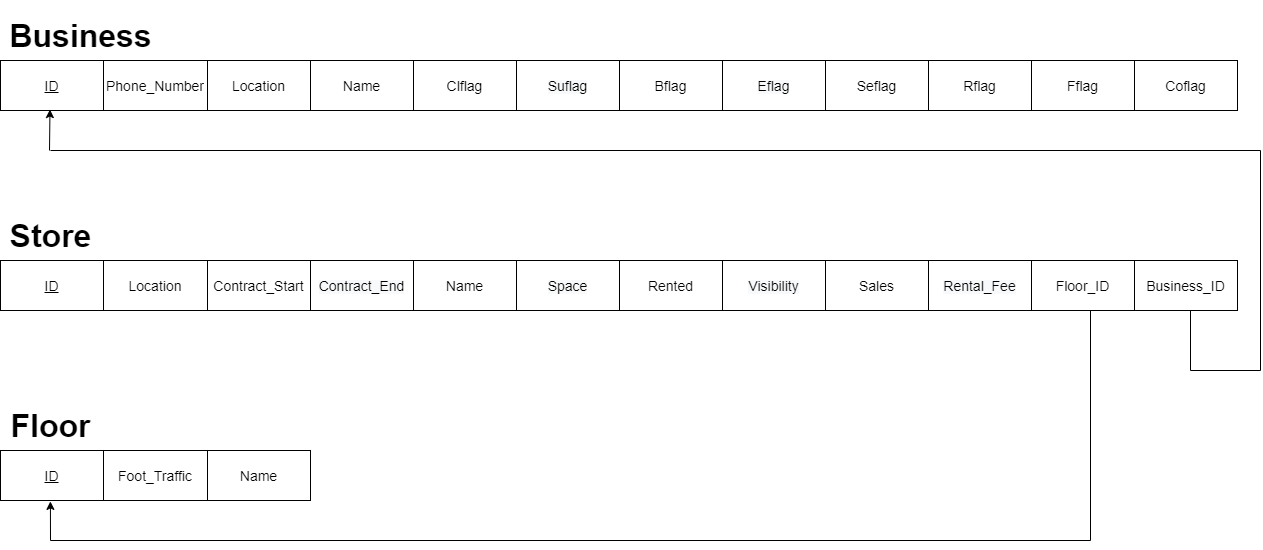
The draw.io diagram Relational_Mapping.png in Hiexy/DB_Project, before a commit. Source tidied: cells renumbered, new cells last; positions are measured from the earlier drawing's top-left corner, leaving out a move shared by most shapes. Source of this version:
```xml
<mxGraphModel>
  <root>
    <mxCell id="0" />
    <mxCell id="1" parent="0" />
    <mxCell id="2" style="shape=table;html=1;whiteSpace=wrap;startSize=0;" parent="1" vertex="1">
      <mxGeometry y="250" width="1237" height="50" as="geometry" />
    </mxCell>
    <mxCell id="3" style="shape=partialRectangle;html=1;whiteSpace=wrap;fillColor=none;top=0;left=0;bottom=0;right=0;" parent="2" vertex="1">
      <mxGeometry width="1237" height="50" as="geometry" />
    </mxCell>
    <mxCell id="4" value="&lt;span&gt;&lt;font style=&quot;font-size: 14px&quot;&gt;&lt;u&gt;ID&lt;/u&gt;&lt;/font&gt;&lt;/span&gt;" style="shape=partialRectangle;html=1;whiteSpace=wrap;fillColor=none;top=0;left=0;bottom=0;right=0;overflow=hidden;" parent="3" vertex="1">
      <mxGeometry width="103" height="50" as="geometry" />
    </mxCell>
    <mxCell id="5" value="&lt;span&gt;&lt;font style=&quot;font-size: 14px&quot;&gt;Location&lt;/font&gt;&lt;/span&gt;" style="shape=partialRectangle;html=1;whiteSpace=wrap;fillColor=none;top=0;left=0;bottom=0;right=0;overflow=hidden;" parent="3" vertex="1">
      <mxGeometry x="103" width="104" height="50" as="geometry" />
    </mxCell>
    <mxCell id="6" value="&lt;span&gt;&lt;font style=&quot;font-size: 14px&quot;&gt;Contract_Start&lt;/font&gt;&lt;/span&gt;" style="shape=partialRectangle;html=1;whiteSpace=wrap;fillColor=none;top=0;left=0;bottom=0;right=0;overflow=hidden;" parent="3" vertex="1">
      <mxGeometry x="207" width="103" height="50" as="geometry" />
    </mxCell>
    <mxCell id="7" value="&lt;span style=&quot;color: rgb(0 , 0 , 0) ; font-family: &amp;#34;helvetica&amp;#34; ; font-style: normal ; font-weight: 400 ; letter-spacing: normal ; text-align: center ; text-indent: 0px ; text-transform: none ; word-spacing: 0px ; background-color: rgb(248 , 249 , 250) ; display: inline ; float: none&quot;&gt;&lt;font style=&quot;font-size: 14px&quot;&gt;Contract_End&lt;/font&gt;&lt;/span&gt;" style="shape=partialRectangle;html=1;whiteSpace=wrap;fillColor=none;top=0;left=0;bottom=0;right=0;overflow=hidden;" parent="3" vertex="1">
      <mxGeometry x="310" width="103" height="50" as="geometry" />
    </mxCell>
    <mxCell id="8" value="&lt;span&gt;&lt;font style=&quot;font-size: 14px&quot;&gt;Name&lt;/font&gt;&lt;/span&gt;" style="shape=partialRectangle;html=1;whiteSpace=wrap;fillColor=none;top=0;left=0;bottom=0;right=0;overflow=hidden;" parent="3" vertex="1">
      <mxGeometry x="413" width="103" height="50" as="geometry" />
    </mxCell>
    <mxCell id="9" value="&lt;span style=&quot;color: rgb(0 , 0 , 0) ; font-family: &amp;#34;helvetica&amp;#34; ; font-style: normal ; font-weight: 400 ; letter-spacing: normal ; text-align: center ; text-indent: 0px ; text-transform: none ; word-spacing: 0px ; background-color: rgb(248 , 249 , 250) ; display: inline ; float: none&quot;&gt;&lt;font style=&quot;font-size: 14px&quot;&gt;Space&lt;/font&gt;&lt;/span&gt;" style="shape=partialRectangle;html=1;whiteSpace=wrap;fillColor=none;top=0;left=0;bottom=0;right=0;overflow=hidden;" parent="3" vertex="1">
      <mxGeometry x="516" width="103" height="50" as="geometry" />
    </mxCell>
    <mxCell id="10" value="&lt;font style=&quot;font-size: 14px&quot;&gt;Rented&lt;/font&gt;" style="shape=partialRectangle;html=1;whiteSpace=wrap;fillColor=none;top=0;left=0;bottom=0;right=0;overflow=hidden;" parent="3" vertex="1">
      <mxGeometry x="619" width="103" height="50" as="geometry" />
    </mxCell>
    <mxCell id="11" value="&lt;span style=&quot;color: rgb(0 , 0 , 0) ; font-family: &amp;#34;helvetica&amp;#34; ; font-style: normal ; font-weight: 400 ; letter-spacing: normal ; text-align: center ; text-indent: 0px ; text-transform: none ; word-spacing: 0px ; background-color: rgb(248 , 249 , 250) ; display: inline ; float: none&quot;&gt;&lt;font style=&quot;font-size: 14px&quot;&gt;Visibility&lt;/font&gt;&lt;/span&gt;" style="shape=partialRectangle;html=1;whiteSpace=wrap;fillColor=none;top=0;left=0;bottom=0;right=0;overflow=hidden;" parent="3" vertex="1">
      <mxGeometry x="722" width="103" height="50" as="geometry" />
    </mxCell>
    <mxCell id="12" value="&lt;font style=&quot;font-size: 14px&quot;&gt;Sales&lt;/font&gt;" style="shape=partialRectangle;html=1;whiteSpace=wrap;fillColor=none;top=0;left=0;bottom=0;right=0;overflow=hidden;" parent="3" vertex="1">
      <mxGeometry x="825" width="103" height="50" as="geometry" />
    </mxCell>
    <mxCell id="13" value="&lt;span style=&quot;color: rgb(0 , 0 , 0) ; font-style: normal ; font-weight: 400 ; letter-spacing: normal ; text-align: center ; text-indent: 0px ; text-transform: none ; word-spacing: 0px ; font-family: &amp;#34;helvetica&amp;#34; ; background-color: rgb(248 , 249 , 250) ; display: inline ; float: none&quot;&gt;&lt;font style=&quot;font-size: 14px&quot;&gt;Rental_Fee&lt;/font&gt;&lt;/span&gt;" style="shape=partialRectangle;html=1;whiteSpace=wrap;fillColor=none;top=0;left=0;bottom=0;right=0;overflow=hidden;" parent="3" vertex="1">
      <mxGeometry x="928" width="103" height="50" as="geometry" />
    </mxCell>
    <mxCell id="14" value="&lt;span style=&quot;font-size: 14px&quot;&gt;Floor_ID&lt;/span&gt;" style="shape=partialRectangle;html=1;whiteSpace=wrap;fillColor=none;top=0;left=0;bottom=0;right=0;overflow=hidden;" parent="3" vertex="1">
      <mxGeometry x="1031" width="103" height="50" as="geometry" />
    </mxCell>
    <mxCell id="15" value="&lt;font style=&quot;font-size: 14px&quot;&gt;Business_ID&lt;/font&gt;" style="shape=partialRectangle;html=1;whiteSpace=wrap;fillColor=none;top=0;left=0;bottom=0;right=0;overflow=hidden;" parent="3" vertex="1">
      <mxGeometry x="1134" width="103" height="50" as="geometry" />
    </mxCell>
    <mxCell id="16" value="&lt;h1&gt;&lt;font style=&quot;font-size: 32px&quot;&gt;Store&lt;/font&gt;&lt;/h1&gt;" style="text;html=1;align=center;verticalAlign=middle;" parent="1" vertex="1">
      <mxGeometry y="200" width="100" height="50" as="geometry" />
    </mxCell>
    <mxCell id="17" value="&lt;h1&gt;&lt;font style=&quot;font-size: 32px&quot;&gt;Business&lt;/font&gt;&lt;/h1&gt;" style="text;html=1;align=center;verticalAlign=middle;" parent="1" vertex="1">
      <mxGeometry width="160" height="50" as="geometry" />
    </mxCell>
    <mxCell id="18" style="shape=table;html=1;whiteSpace=wrap;startSize=0;" parent="1" vertex="1">
      <mxGeometry y="440" width="310" height="50" as="geometry" />
    </mxCell>
    <mxCell id="19" style="shape=partialRectangle;html=1;whiteSpace=wrap;fillColor=none;top=0;left=0;bottom=0;right=0;points=[[0,0.5],[1,0.5]];portConstraint=eastwest;" parent="18" vertex="1">
      <mxGeometry width="310" height="50" as="geometry" />
    </mxCell>
    <mxCell id="20" value="&lt;span&gt;&lt;font style=&quot;font-size: 14px&quot;&gt;&lt;u&gt;ID&lt;/u&gt;&lt;/font&gt;&lt;/span&gt;" style="shape=partialRectangle;html=1;whiteSpace=wrap;fillColor=none;top=0;left=0;bottom=0;right=0;overflow=hidden;" parent="19" vertex="1">
      <mxGeometry width="103" height="50" as="geometry" />
    </mxCell>
    <mxCell id="21" value="&lt;font style=&quot;font-size: 14px&quot;&gt;Foot_Traffic&lt;/font&gt;" style="shape=partialRectangle;html=1;whiteSpace=wrap;fillColor=none;top=0;left=0;bottom=0;right=0;overflow=hidden;" parent="19" vertex="1">
      <mxGeometry x="103" width="104" height="50" as="geometry" />
    </mxCell>
    <mxCell id="22" value="&lt;font style=&quot;font-size: 14px&quot;&gt;Name&lt;/font&gt;" style="shape=partialRectangle;html=1;whiteSpace=wrap;fillColor=none;top=0;left=0;bottom=0;right=0;overflow=hidden;" parent="19" vertex="1">
      <mxGeometry x="207" width="103" height="50" as="geometry" />
    </mxCell>
    <mxCell id="23" value="&lt;h1&gt;&lt;font style=&quot;font-size: 32px&quot;&gt;Floor&lt;/font&gt;&lt;/h1&gt;" style="text;html=1;align=center;verticalAlign=middle;" parent="1" vertex="1">
      <mxGeometry y="390" width="100" height="50" as="geometry" />
    </mxCell>
    <mxCell id="24" style="shape=table;html=1;whiteSpace=wrap;startSize=0;" parent="1" vertex="1">
      <mxGeometry y="50" width="1237" height="50" as="geometry" />
    </mxCell>
    <mxCell id="25" style="shape=partialRectangle;html=1;whiteSpace=wrap;fillColor=none;top=0;left=0;bottom=0;right=0;points=[[0,0.5],[1,0.5]];portConstraint=eastwest;" parent="24" vertex="1">
      <mxGeometry width="1237" height="50" as="geometry" />
    </mxCell>
    <mxCell id="26" value="&lt;span&gt;&lt;font style=&quot;font-size: 14px&quot;&gt;&lt;u&gt;ID&lt;/u&gt;&lt;/font&gt;&lt;/span&gt;" style="shape=partialRectangle;html=1;whiteSpace=wrap;fillColor=none;top=0;left=0;bottom=0;right=0;overflow=hidden;" parent="25" vertex="1">
      <mxGeometry width="103" height="50" as="geometry" />
    </mxCell>
    <mxCell id="27" value="&lt;font style=&quot;font-size: 14px&quot;&gt;Phone_Number&lt;/font&gt;" style="shape=partialRectangle;html=1;whiteSpace=wrap;fillColor=none;top=0;left=0;bottom=0;right=0;overflow=hidden;" parent="25" vertex="1">
      <mxGeometry x="103" width="104" height="50" as="geometry" />
    </mxCell>
    <mxCell id="28" value="&lt;font style=&quot;font-size: 14px&quot;&gt;Location&lt;/font&gt;" style="shape=partialRectangle;html=1;whiteSpace=wrap;fillColor=none;top=0;left=0;bottom=0;right=0;overflow=hidden;" parent="25" vertex="1">
      <mxGeometry x="207" width="103" height="50" as="geometry" />
    </mxCell>
    <mxCell id="29" value="&lt;font style=&quot;font-size: 14px&quot;&gt;Name&lt;/font&gt;" style="shape=partialRectangle;html=1;whiteSpace=wrap;fillColor=none;top=0;left=0;bottom=0;right=0;overflow=hidden;" parent="25" vertex="1">
      <mxGeometry x="310" width="103" height="50" as="geometry" />
    </mxCell>
    <mxCell id="30" value="&lt;span&gt;&lt;font style=&quot;font-size: 14px&quot;&gt;Clflag&lt;/font&gt;&lt;/span&gt;" style="shape=partialRectangle;html=1;whiteSpace=wrap;fillColor=none;top=0;left=0;bottom=0;right=0;overflow=hidden;" parent="25" vertex="1">
      <mxGeometry x="413" width="103" height="50" as="geometry" />
    </mxCell>
    <mxCell id="31" value="&lt;span style=&quot;color: rgb(0 , 0 , 0) ; font-family: &amp;#34;helvetica&amp;#34; ; font-style: normal ; font-weight: 400 ; letter-spacing: normal ; text-align: center ; text-indent: 0px ; text-transform: none ; word-spacing: 0px ; background-color: rgb(248 , 249 , 250) ; display: inline ; float: none&quot;&gt;&lt;font style=&quot;font-size: 14px&quot;&gt;Suflag&lt;/font&gt;&lt;/span&gt;" style="shape=partialRectangle;html=1;whiteSpace=wrap;fillColor=none;top=0;left=0;bottom=0;right=0;overflow=hidden;" parent="25" vertex="1">
      <mxGeometry x="516" width="103" height="50" as="geometry" />
    </mxCell>
    <mxCell id="32" value="&lt;font style=&quot;font-size: 14px&quot;&gt;Bflag&lt;/font&gt;" style="shape=partialRectangle;html=1;whiteSpace=wrap;fillColor=none;top=0;left=0;bottom=0;right=0;overflow=hidden;" parent="25" vertex="1">
      <mxGeometry x="619" width="103" height="50" as="geometry" />
    </mxCell>
    <mxCell id="33" value="&lt;span style=&quot;color: rgb(0 , 0 , 0) ; font-family: &amp;#34;helvetica&amp;#34; ; font-style: normal ; font-weight: 400 ; letter-spacing: normal ; text-align: center ; text-indent: 0px ; text-transform: none ; word-spacing: 0px ; background-color: rgb(248 , 249 , 250) ; display: inline ; float: none&quot;&gt;&lt;font style=&quot;font-size: 14px&quot;&gt;Eflag&lt;/font&gt;&lt;/span&gt;" style="shape=partialRectangle;html=1;whiteSpace=wrap;fillColor=none;top=0;left=0;bottom=0;right=0;overflow=hidden;" parent="25" vertex="1">
      <mxGeometry x="722" width="103" height="50" as="geometry" />
    </mxCell>
    <mxCell id="34" value="&lt;font style=&quot;font-size: 14px&quot;&gt;Seflag&lt;/font&gt;" style="shape=partialRectangle;html=1;whiteSpace=wrap;fillColor=none;top=0;left=0;bottom=0;right=0;overflow=hidden;" parent="25" vertex="1">
      <mxGeometry x="825" width="103" height="50" as="geometry" />
    </mxCell>
    <mxCell id="35" value="&lt;font style=&quot;font-size: 14px&quot;&gt;Rflag&lt;/font&gt;" style="shape=partialRectangle;html=1;whiteSpace=wrap;fillColor=none;top=0;left=0;bottom=0;right=0;overflow=hidden;" parent="25" vertex="1">
      <mxGeometry x="928" width="103" height="50" as="geometry" />
    </mxCell>
    <mxCell id="36" value="&lt;font style=&quot;font-size: 14px&quot;&gt;Fflag&lt;/font&gt;" style="shape=partialRectangle;html=1;whiteSpace=wrap;fillColor=none;top=0;left=0;bottom=0;right=0;overflow=hidden;" parent="25" vertex="1">
      <mxGeometry x="1031" width="103" height="50" as="geometry" />
    </mxCell>
    <mxCell id="37" value="&lt;font style=&quot;font-size: 14px&quot;&gt;Coflag&lt;/font&gt;" style="shape=partialRectangle;html=1;whiteSpace=wrap;fillColor=none;top=0;left=0;bottom=0;right=0;overflow=hidden;" parent="25" vertex="1">
      <mxGeometry x="1134" width="103" height="50" as="geometry" />
    </mxCell>
    <mxCell id="38" style="endArrow=none;html=1;" parent="1" edge="1">
      <mxGeometry relative="1" as="geometry">
        <mxPoint x="1190" y="360" as="sourcePoint" />
        <mxPoint x="1190" y="300" as="targetPoint" />
      </mxGeometry>
    </mxCell>
    <mxCell id="39" style="endArrow=none;html=1;" parent="1" edge="1">
      <mxGeometry relative="1" as="geometry">
        <mxPoint x="1260" y="360" as="sourcePoint" />
        <mxPoint x="1190" y="360" as="targetPoint" />
      </mxGeometry>
    </mxCell>
    <mxCell id="40" style="endArrow=none;html=1;" parent="1" edge="1">
      <mxGeometry relative="1" as="geometry">
        <mxPoint x="1260" y="360" as="sourcePoint" />
        <mxPoint x="1260" y="140" as="targetPoint" />
      </mxGeometry>
    </mxCell>
    <mxCell id="41" style="endArrow=none;html=1;" parent="1" edge="1">
      <mxGeometry relative="1" as="geometry">
        <mxPoint x="50" y="140" as="sourcePoint" />
        <mxPoint x="1260" y="140" as="targetPoint" />
      </mxGeometry>
    </mxCell>
    <mxCell id="42" style="endArrow=classic;html=1;entryX=0.04;entryY=0.981;entryDx=0;entryDy=0;entryPerimeter=0;" parent="1" edge="1" target="25">
      <mxGeometry relative="1" as="geometry">
        <mxPoint x="49" y="140" as="sourcePoint" />
      </mxGeometry>
    </mxCell>
    <mxCell id="43" style="endArrow=none;html=1;" parent="1" edge="1">
      <mxGeometry relative="1" as="geometry">
        <mxPoint x="1090" y="530" as="sourcePoint" />
        <mxPoint x="1090" y="300" as="targetPoint" />
      </mxGeometry>
    </mxCell>
    <mxCell id="44" style="endArrow=none;html=1;" parent="1" edge="1">
      <mxGeometry relative="1" as="geometry">
        <mxPoint x="1090" y="530" as="sourcePoint" />
        <mxPoint x="50" y="530" as="targetPoint" />
      </mxGeometry>
    </mxCell>
    <mxCell id="45" style="endArrow=classic;html=1;entryX=0.161;entryY=1.018;entryDx=0;entryDy=0;entryPerimeter=0;" parent="1" edge="1" target="19">
      <mxGeometry relative="1" as="geometry">
        <mxPoint x="50" y="530" as="sourcePoint" />
      </mxGeometry>
    </mxCell>
  </root>
</mxGraphModel>
```
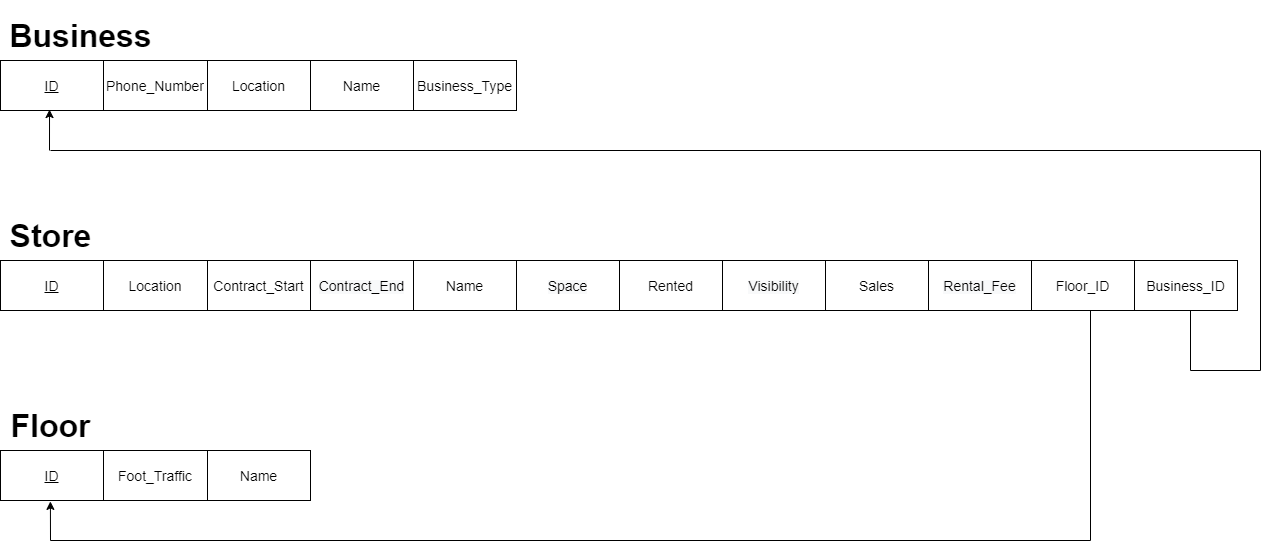
After the commit.

Commit message:
Fix ER/Relational Diagram

The edit, as a diff of the source:
```diff
@@ -69,10 +69,10 @@
       <mxGeometry y="390" width="100" height="50" as="geometry" />
     </mxCell>
     <mxCell id="24" style="shape=table;html=1;whiteSpace=wrap;startSize=0;" parent="1" vertex="1">
-      <mxGeometry y="50" width="1237" height="50" as="geometry" />
+      <mxGeometry y="50" width="516" height="50" as="geometry" />
     </mxCell>
     <mxCell id="25" style="shape=partialRectangle;html=1;whiteSpace=wrap;fillColor=none;top=0;left=0;bottom=0;right=0;points=[[0,0.5],[1,0.5]];portConstraint=eastwest;" parent="24" vertex="1">
-      <mxGeometry width="1237" height="50" as="geometry" />
+      <mxGeometry width="516" height="50" as="geometry" />
     </mxCell>
     <mxCell id="26" value="&lt;span&gt;&lt;font style=&quot;font-size: 14px&quot;&gt;&lt;u&gt;ID&lt;/u&gt;&lt;/font&gt;&lt;/span&gt;" style="shape=partialRectangle;html=1;whiteSpace=wrap;fillColor=none;top=0;left=0;bottom=0;right=0;overflow=hidden;" parent="25" vertex="1">
       <mxGeometry width="103" height="50" as="geometry" />
@@ -86,30 +86,9 @@
     <mxCell id="29" value="&lt;font style=&quot;font-size: 14px&quot;&gt;Name&lt;/font&gt;" style="shape=partialRectangle;html=1;whiteSpace=wrap;fillColor=none;top=0;left=0;bottom=0;right=0;overflow=hidden;" parent="25" vertex="1">
       <mxGeometry x="310" width="103" height="50" as="geometry" />
     </mxCell>
-    <mxCell id="30" value="&lt;span&gt;&lt;font style=&quot;font-size: 14px&quot;&gt;Clflag&lt;/font&gt;&lt;/span&gt;" style="shape=partialRectangle;html=1;whiteSpace=wrap;fillColor=none;top=0;left=0;bottom=0;right=0;overflow=hidden;" parent="25" vertex="1">
+    <mxCell id="30" value="&lt;font style=&quot;font-size: 14px&quot;&gt;Business_Type&lt;/font&gt;" style="shape=partialRectangle;html=1;whiteSpace=wrap;fillColor=none;top=0;left=0;bottom=0;right=0;overflow=hidden;" parent="25" vertex="1">
       <mxGeometry x="413" width="103" height="50" as="geometry" />
     </mxCell>
-    <mxCell id="31" value="&lt;span style=&quot;color: rgb(0 , 0 , 0) ; font-family: &amp;#34;helvetica&amp;#34; ; font-style: normal ; font-weight: 400 ; letter-spacing: normal ; text-align: center ; text-indent: 0px ; text-transform: none ; word-spacing: 0px ; background-color: rgb(248 , 249 , 250) ; display: inline ; float: none&quot;&gt;&lt;font style=&quot;font-size: 14px&quot;&gt;Suflag&lt;/font&gt;&lt;/span&gt;" style="shape=partialRectangle;html=1;whiteSpace=wrap;fillColor=none;top=0;left=0;bottom=0;right=0;overflow=hidden;" parent="25" vertex="1">
-      <mxGeometry x="516" width="103" height="50" as="geometry" />
-    </mxCell>
-    <mxCell id="32" value="&lt;font style=&quot;font-size: 14px&quot;&gt;Bflag&lt;/font&gt;" style="shape=partialRectangle;html=1;whiteSpace=wrap;fillColor=none;top=0;left=0;bottom=0;right=0;overflow=hidden;" parent="25" vertex="1">
-      <mxGeometry x="619" width="103" height="50" as="geometry" />
-    </mxCell>
-    <mxCell id="33" value="&lt;span style=&quot;color: rgb(0 , 0 , 0) ; font-family: &amp;#34;helvetica&amp;#34; ; font-style: normal ; font-weight: 400 ; letter-spacing: normal ; text-align: center ; text-indent: 0px ; text-transform: none ; word-spacing: 0px ; background-color: rgb(248 , 249 , 250) ; display: inline ; float: none&quot;&gt;&lt;font style=&quot;font-size: 14px&quot;&gt;Eflag&lt;/font&gt;&lt;/span&gt;" style="shape=partialRectangle;html=1;whiteSpace=wrap;fillColor=none;top=0;left=0;bottom=0;right=0;overflow=hidden;" parent="25" vertex="1">
-      <mxGeometry x="722" width="103" height="50" as="geometry" />
-    </mxCell>
-    <mxCell id="34" value="&lt;font style=&quot;font-size: 14px&quot;&gt;Seflag&lt;/font&gt;" style="shape=partialRectangle;html=1;whiteSpace=wrap;fillColor=none;top=0;left=0;bottom=0;right=0;overflow=hidden;" parent="25" vertex="1">
-      <mxGeometry x="825" width="103" height="50" as="geometry" />
-    </mxCell>
-    <mxCell id="35" value="&lt;font style=&quot;font-size: 14px&quot;&gt;Rflag&lt;/font&gt;" style="shape=partialRectangle;html=1;whiteSpace=wrap;fillColor=none;top=0;left=0;bottom=0;right=0;overflow=hidden;" parent="25" vertex="1">
-      <mxGeometry x="928" width="103" height="50" as="geometry" />
-    </mxCell>
-    <mxCell id="36" value="&lt;font style=&quot;font-size: 14px&quot;&gt;Fflag&lt;/font&gt;" style="shape=partialRectangle;html=1;whiteSpace=wrap;fillColor=none;top=0;left=0;bottom=0;right=0;overflow=hidden;" parent="25" vertex="1">
-      <mxGeometry x="1031" width="103" height="50" as="geometry" />
-    </mxCell>
-    <mxCell id="37" value="&lt;font style=&quot;font-size: 14px&quot;&gt;Coflag&lt;/font&gt;" style="shape=partialRectangle;html=1;whiteSpace=wrap;fillColor=none;top=0;left=0;bottom=0;right=0;overflow=hidden;" parent="25" vertex="1">
-      <mxGeometry x="1134" width="103" height="50" as="geometry" />
-    </mxCell>
     <mxCell id="38" style="endArrow=none;html=1;" parent="1" edge="1">
       <mxGeometry relative="1" as="geometry">
         <mxPoint x="1190" y="360" as="sourcePoint" />
@@ -134,7 +113,7 @@
         <mxPoint x="1260" y="140" as="targetPoint" />
       </mxGeometry>
     </mxCell>
-    <mxCell id="42" style="endArrow=classic;html=1;entryX=0.04;entryY=0.981;entryDx=0;entryDy=0;entryPerimeter=0;" parent="1" edge="1" target="25">
+    <mxCell id="42" style="endArrow=classic;html=1;entryX=0.095;entryY=0.981;entryDx=0;entryDy=0;entryPerimeter=0;" parent="1" edge="1" target="25">
       <mxGeometry relative="1" as="geometry">
         <mxPoint x="49" y="140" as="sourcePoint" />
       </mxGeometry>
```
